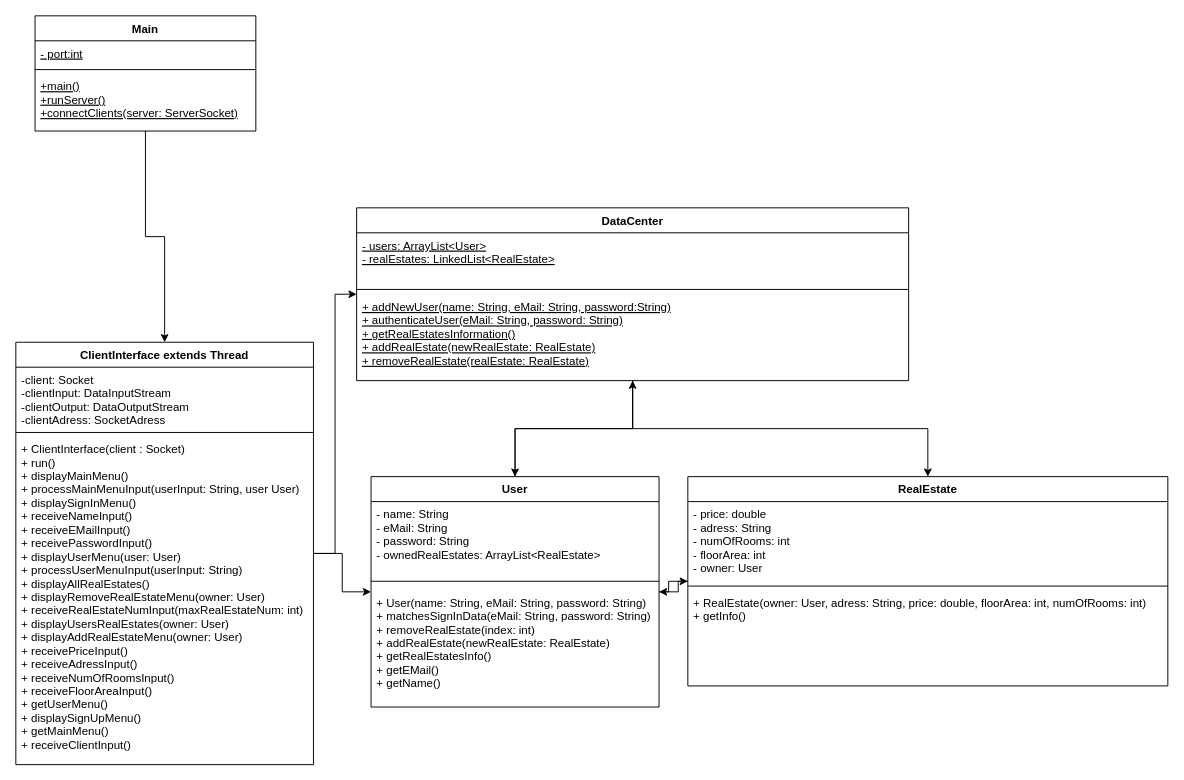
This is KlassendiagrammServer.drawio from FabioKron/Online-Immobilienportal, a draw.io file, before an edit. Source tidied: cells renumbered, new cells numbered last; positions are measured from the earlier drawing's top-left corner, leaving out a move shared by most shapes. Both pictures are drawn from the tidied source at 96%, with x=0, y=0 at pixel (15, 15).
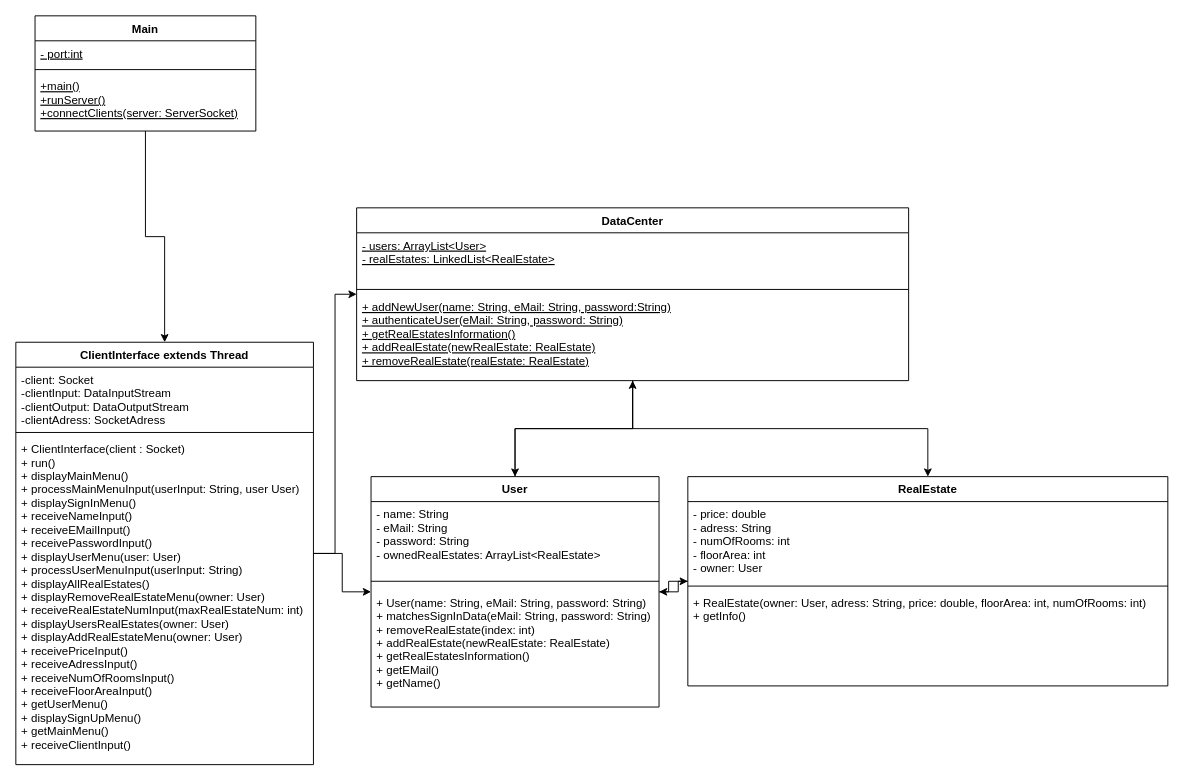
The same page after the edit.

Commit message (it also covers changes not shown here):
Umbenennen der methode getRealEstateInfo zu getRealEstatesInformation in der Klasse User bei den Diagrammen

The change refers to these unchanged cells:
```xml
<mxCell id="15" value="User" style="swimlane;fontStyle=1;align=center;verticalAlign=top;horizontal=1;startSize=26;" parent="1" vertex="1">
  <mxGeometry x="370" y="480" width="300" height="240" as="geometry" />
</mxCell>
```

What changed in the source:
```diff
@@
-    <mxCell id="18" value="+ User(name: String, eMail: String, password: String)&#10;+ matchesSignInData(eMail: String, password: String)&#10;+ removeRealEstate(index: int)&#10;+ addRealEstate(newRealEstate: RealEstate)&#10;+ getRealEstatesInfo()&#10;+ getEMail()&#10;+ getName()" style="text;strokeColor=none;fillColor=none;align=left;verticalAlign=top;spacingLeft=4;spacingRight=4;overflow=hidden;" parent="15" vertex="1">
+    <mxCell id="18" value="+ User(name: String, eMail: String, password: String)&#10;+ matchesSignInData(eMail: String, password: String)&#10;+ removeRealEstate(index: int)&#10;+ addRealEstate(newRealEstate: RealEstate)&#10;+ getRealEstatesInformation()&#10;+ getEMail()&#10;+ getName()" style="text;strokeColor=none;fillColor=none;align=left;verticalAlign=top;spacingLeft=4;spacingRight=4;overflow=hidden;" parent="15" vertex="1">
       <mxGeometry y="118" width="300" height="122" as="geometry" />
     </mxCell>
```
